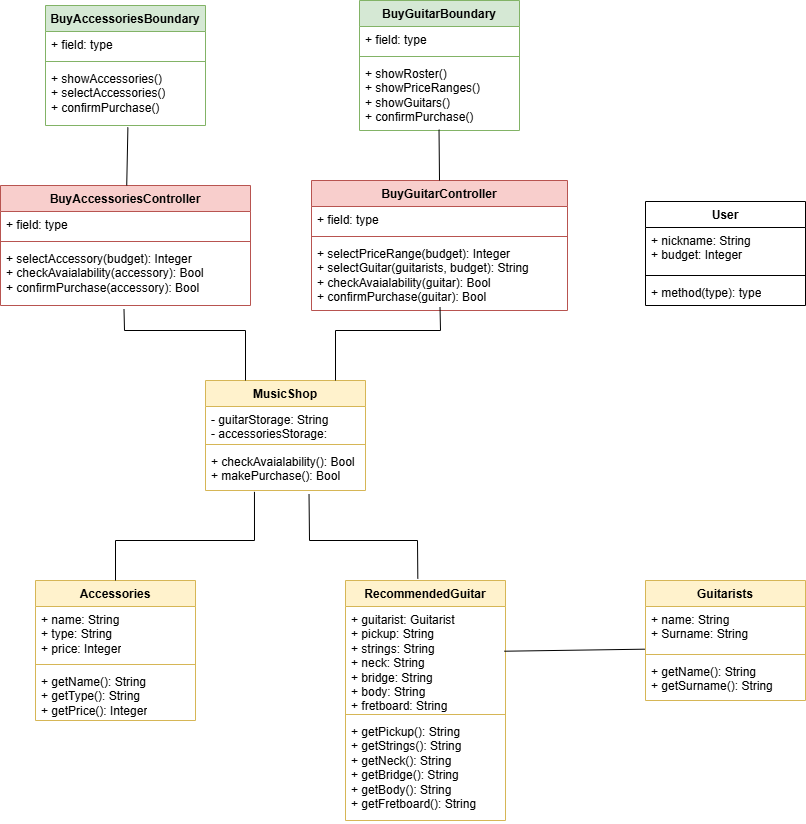
Before: diagrams/BCEM.drawio.png, a diagram exported from draw.io (TizianoLilli/ISPW-Project). Source tidied: cells renumbered, new cells last; positions are measured from the earlier drawing's top-left corner, leaving out a move shared by most shapes.
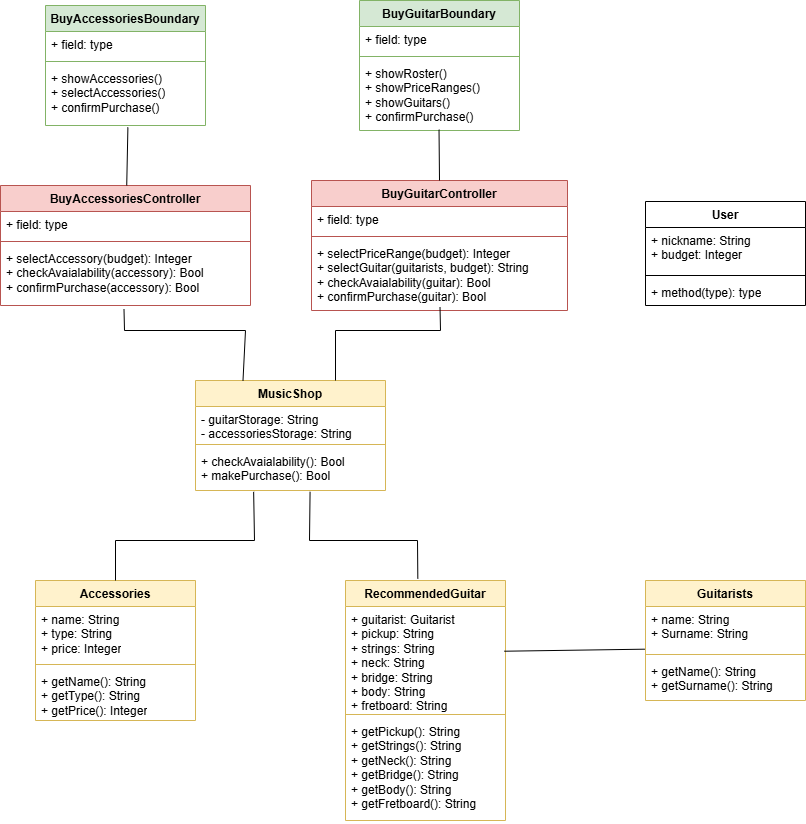
Later version of the same file.

What changed in the source:
```diff
@@ -69,16 +69,16 @@
       <mxGeometry relative="1" as="geometry" />
     </mxCell>
     <mxCell id="24" value="MusicShop" style="swimlane;fontStyle=1;align=center;verticalAlign=top;horizontal=1;startSize=26;whiteSpace=wrap;html=1;fillColor=#fff2cc;strokeColor=#d6b656;" parent="1" vertex="1">
-      <mxGeometry x="205" y="380" width="160" height="110" as="geometry" />
+      <mxGeometry x="195" y="380" width="190" height="110" as="geometry" />
     </mxCell>
     <mxCell id="25" value="- guitarStorage: String&lt;div&gt;- accessoriesStorage: String&lt;/div&gt;" style="text;strokeColor=none;fillColor=none;align=left;verticalAlign=top;spacingLeft=4;spacingRight=4;overflow=hidden;whiteSpace=wrap;html=1;" parent="24" vertex="1">
-      <mxGeometry y="26" width="160" height="34" as="geometry" />
+      <mxGeometry y="26" width="190" height="34" as="geometry" />
     </mxCell>
     <mxCell id="26" style="line;strokeWidth=1;fillColor=none;align=left;verticalAlign=middle;spacingTop=-1;spacingLeft=3;spacingRight=3;labelPosition=right;strokeColor=inherit;" parent="24" vertex="1">
-      <mxGeometry y="60" width="160" height="8" as="geometry" />
+      <mxGeometry y="60" width="190" height="8" as="geometry" />
     </mxCell>
     <mxCell id="27" value="+ checkAvaialability(): Bool&lt;div&gt;+ makePurchase(): Bool&lt;/div&gt;" style="text;strokeColor=none;fillColor=none;align=left;verticalAlign=top;spacingLeft=4;spacingRight=4;overflow=hidden;points=[[0,0.5],[1,0.5]];portConstraint=eastwest;whiteSpace=wrap;html=1;" parent="24" vertex="1">
-      <mxGeometry y="68" width="160" height="42" as="geometry" />
+      <mxGeometry y="68" width="190" height="42" as="geometry" />
     </mxCell>
     <mxCell id="28" value="Accessories" style="swimlane;fontStyle=1;align=center;verticalAlign=top;horizontal=1;startSize=26;whiteSpace=wrap;html=1;fillColor=#fff2cc;strokeColor=#d6b656;" parent="1" vertex="1">
       <mxGeometry x="35" y="580" width="160" height="140" as="geometry" />
@@ -133,7 +133,7 @@
         </Array>
       </mxGeometry>
     </mxCell>
-    <mxCell id="42" style="endArrow=none;html=1;rounded=0;exitX=0.647;exitY=1.085;exitDx=0;exitDy=0;exitPerimeter=0;entryX=0.452;entryY=-0.008;entryDx=0;entryDy=0;entryPerimeter=0;" parent="1" edge="1" source="27" target="6">
+    <mxCell id="42" style="endArrow=none;html=1;rounded=0;exitX=0.603;exitY=1.032;exitDx=0;exitDy=0;exitPerimeter=0;entryX=0.452;entryY=-0.008;entryDx=0;entryDy=0;entryPerimeter=0;" parent="1" edge="1" source="27" target="6">
       <mxGeometry relative="1" as="geometry">
         <Array as="points">
           <mxPoint x="309" y="540" />
```
